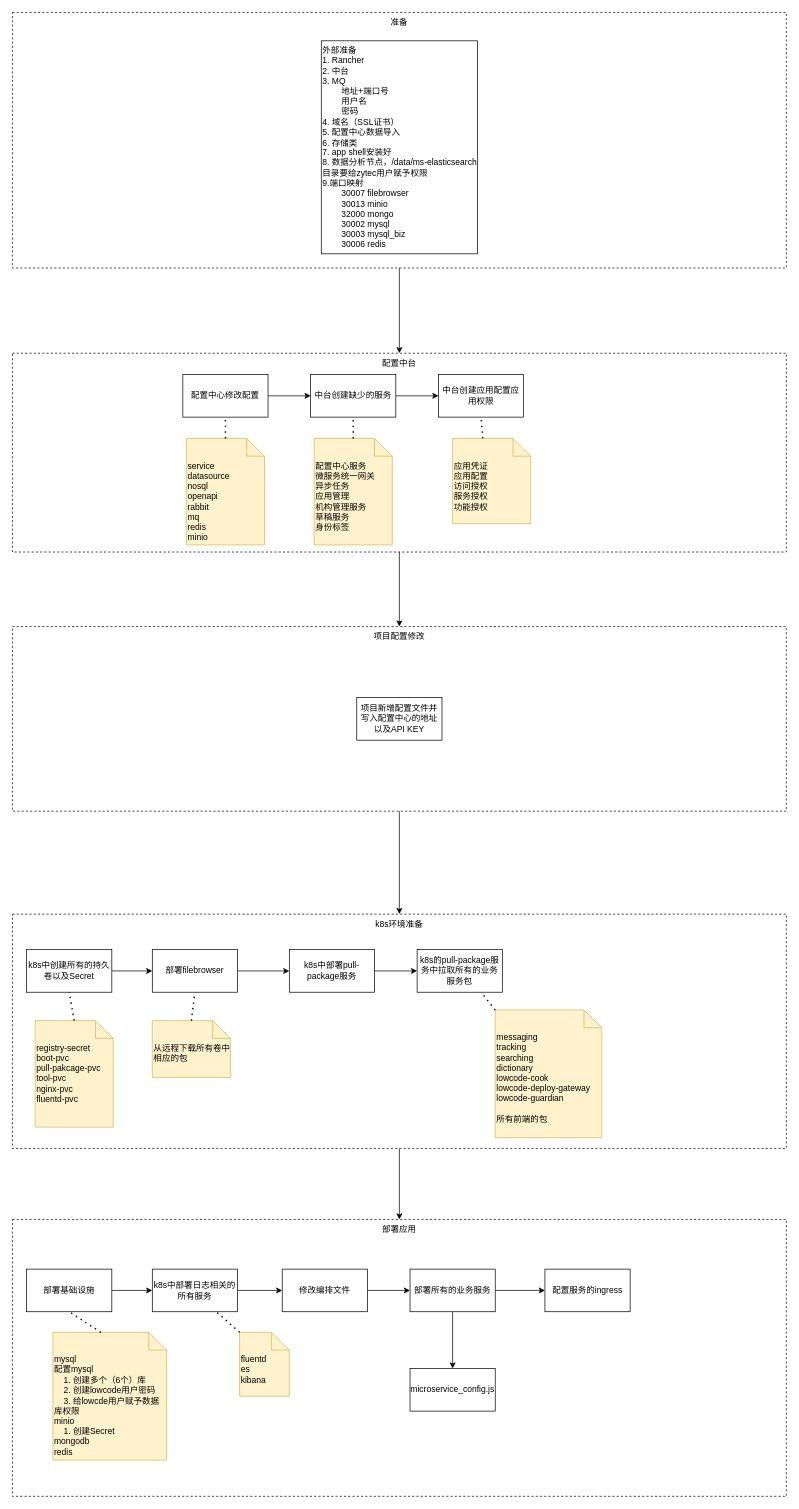
ProgrammerLZ/drawio keeps this draw.io diagram as 部署流程.drawio. Above is the earlier version. Source tidied: cells renumbered, new cells numbered last; positions are measured from the earlier drawing's top-left corner, leaving out a move shared by most shapes. Both pictures are drawn from the tidied source at 71%, with x=0, y=0 at pixel (12, 12).
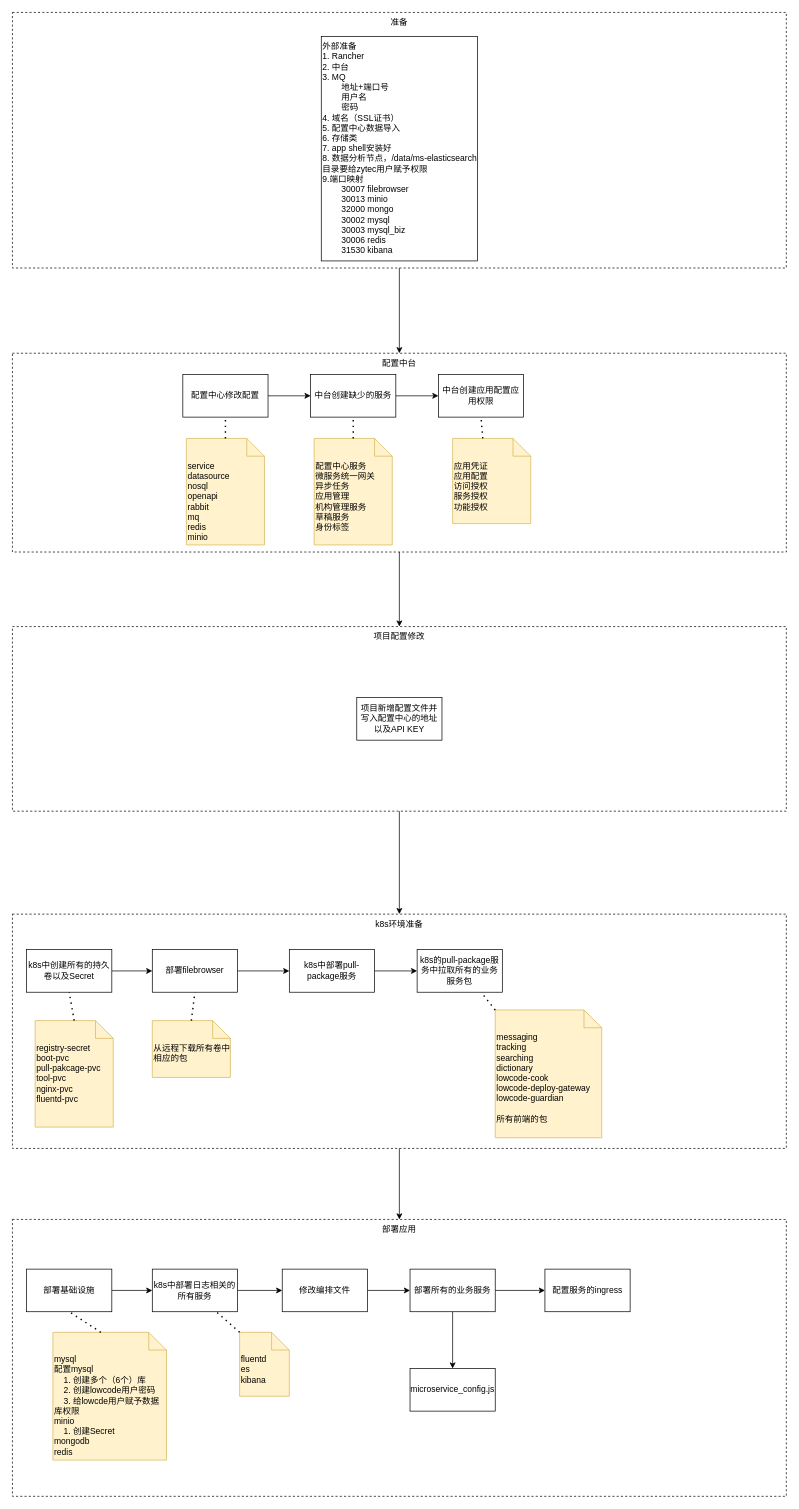
The same diagram, later.

Commit message:
更新部署流程.drawio

Diff of the diagram source:
```diff
@@
-    <mxCell id="14" value="外部准备&lt;div&gt;1. Rancher&lt;/div&gt;&lt;div&gt;2. 中台&lt;/div&gt;&lt;div&gt;3. MQ&lt;/div&gt;&lt;div&gt;&lt;span style=&quot;white-space: pre;&quot;&gt;&#9;&lt;/span&gt;地址+端口号&lt;br&gt;&lt;/div&gt;&lt;div&gt;&lt;span style=&quot;white-space: pre;&quot;&gt;&#9;&lt;/span&gt;用户名&lt;br&gt;&lt;/div&gt;&lt;div&gt;&lt;span style=&quot;white-space: pre;&quot;&gt;&#9;&lt;/span&gt;密码&lt;/div&gt;&lt;div&gt;4. 域名（SSL证书）&lt;/div&gt;&lt;div&gt;5. 配置中心数据导入&lt;/div&gt;&lt;div&gt;6. 存储类&lt;/div&gt;&lt;div&gt;7. app shell安装好&lt;/div&gt;&lt;div&gt;8. 数据分析节点，/data/ms-elasticsearch目录要给zytec用户赋予权限&lt;/div&gt;&lt;div&gt;9.端口映射&lt;/div&gt;&lt;div&gt;&lt;span style=&quot;white-space: pre;&quot;&gt;&#9;&lt;/span&gt;30007 filebrowser&lt;/div&gt;&lt;div&gt;&lt;span style=&quot;white-space: pre;&quot;&gt;&#9;&lt;/span&gt;30013 minio&lt;br&gt;&lt;/div&gt;&lt;div&gt;&lt;span style=&quot;white-space: pre;&quot;&gt;&#9;&lt;/span&gt;32000 mongo&lt;br&gt;&lt;/div&gt;&lt;div&gt;&lt;span style=&quot;white-space: pre;&quot;&gt;&#9;&lt;/span&gt;30002 mysql&lt;br&gt;&lt;/div&gt;&lt;div&gt;&lt;span style=&quot;white-space: pre;&quot;&gt;&#9;&lt;/span&gt;30003 mysql_biz&lt;br&gt;&lt;/div&gt;&lt;div&gt;&lt;span style=&quot;white-space: pre;&quot;&gt;&#9;&lt;/span&gt;30006 redis&lt;br&gt;&lt;/div&gt;" style="text;html=1;align=left;verticalAlign=top;whiteSpace=wrap;rounded=0;strokeColor=default;" parent="1" vertex="1">
-      <mxGeometry x="435" y="40" width="220" height="300" as="geometry" />
+    <mxCell id="14" value="外部准备&lt;div&gt;1. Rancher&lt;/div&gt;&lt;div&gt;2. 中台&lt;/div&gt;&lt;div&gt;3. MQ&lt;/div&gt;&lt;div&gt;&lt;span style=&quot;white-space: pre;&quot;&gt;&#9;&lt;/span&gt;地址+端口号&lt;br&gt;&lt;/div&gt;&lt;div&gt;&lt;span style=&quot;white-space: pre;&quot;&gt;&#9;&lt;/span&gt;用户名&lt;br&gt;&lt;/div&gt;&lt;div&gt;&lt;span style=&quot;white-space: pre;&quot;&gt;&#9;&lt;/span&gt;密码&lt;/div&gt;&lt;div&gt;4. 域名（SSL证书）&lt;/div&gt;&lt;div&gt;5. 配置中心数据导入&lt;/div&gt;&lt;div&gt;6. 存储类&lt;/div&gt;&lt;div&gt;7. app shell安装好&lt;/div&gt;&lt;div&gt;8. 数据分析节点，/data/ms-elasticsearch目录要给zytec用户赋予权限&lt;/div&gt;&lt;div&gt;9.端口映射&lt;/div&gt;&lt;div&gt;&lt;span style=&quot;white-space: pre;&quot;&gt;&#9;&lt;/span&gt;30007 filebrowser&lt;/div&gt;&lt;div&gt;&lt;span style=&quot;white-space: pre;&quot;&gt;&#9;&lt;/span&gt;30013 minio&lt;br&gt;&lt;/div&gt;&lt;div&gt;&lt;span style=&quot;white-space: pre;&quot;&gt;&#9;&lt;/span&gt;32000 mongo&lt;br&gt;&lt;/div&gt;&lt;div&gt;&lt;span style=&quot;white-space: pre;&quot;&gt;&#9;&lt;/span&gt;30002 mysql&lt;br&gt;&lt;/div&gt;&lt;div&gt;&lt;span style=&quot;white-space: pre;&quot;&gt;&#9;&lt;/span&gt;30003 mysql_biz&lt;br&gt;&lt;/div&gt;&lt;div&gt;&lt;span style=&quot;white-space: pre;&quot;&gt;&#9;&lt;/span&gt;30006 redis&lt;br&gt;&lt;/div&gt;&lt;div&gt;&lt;span style=&quot;white-space: pre;&quot;&gt;&#9;&lt;/span&gt;&lt;span style=&quot;background-color: initial;&quot;&gt;31530 kibana&lt;/span&gt;&lt;br&gt;&lt;/div&gt;" style="text;html=1;align=left;verticalAlign=top;whiteSpace=wrap;rounded=0;strokeColor=default;" parent="1" vertex="1">
+      <mxGeometry x="435" y="34" width="220" height="316" as="geometry" />
     </mxCell>
```
